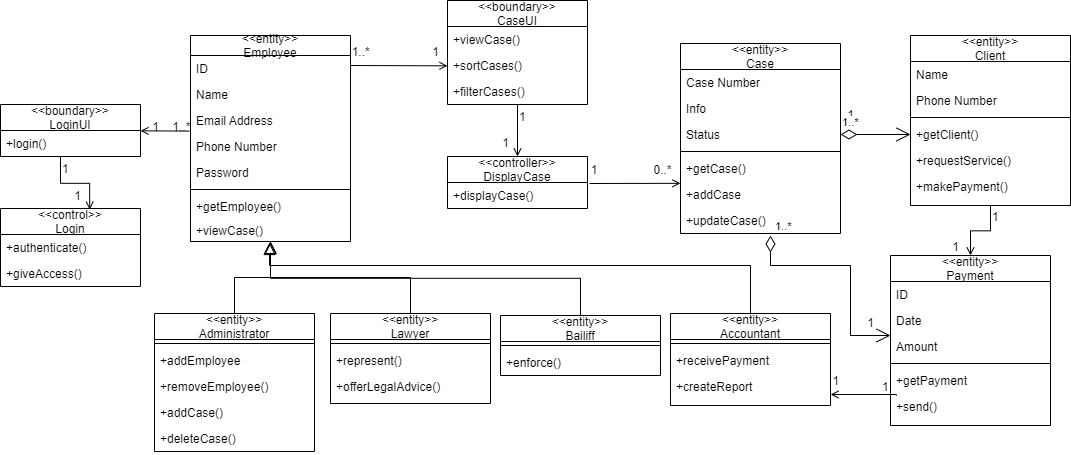
Earlier version of the draw.io export Class Diagram.png (holtik/Bailiff-s-Office-Software-System). Source tidied: cells renumbered, new cells last; positions are measured from the earlier drawing's top-left corner, leaving out a move shared by most shapes.
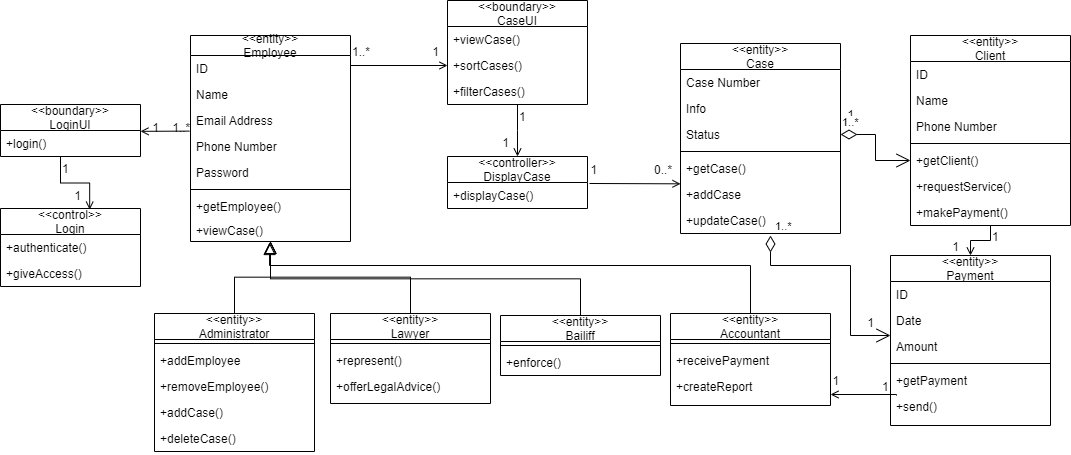
Later version of the same file.

The edit, as a diff of the source:
```diff
@@ -133,25 +133,28 @@
       </mxGeometry>
     </mxCell>
     <mxCell id="42" value="&lt;&lt;entity&gt;&gt;&#10;Client" style="swimlane;fontStyle=0;align=center;verticalAlign=middle;horizontal=1;startSize=26;rounded=0;shadow=0;strokeWidth=1;" parent="1" vertex="1">
-      <mxGeometry x="910" y="35" width="160" height="170" as="geometry" />
+      <mxGeometry x="910" y="35" width="160" height="190" as="geometry" />
     </mxCell>
+    <mxCell id="90" value="ID" style="text;align=left;verticalAlign=top;spacingLeft=4;spacingRight=4;overflow=hidden;" parent="42" vertex="1">
+      <mxGeometry y="26" width="160" height="26" as="geometry" />
+    </mxCell>
     <mxCell id="43" value="Name" style="text;align=left;verticalAlign=top;spacingLeft=4;spacingRight=4;overflow=hidden;" parent="42" vertex="1">
-      <mxGeometry y="26" width="160" height="26" as="geometry" />
+      <mxGeometry y="52" width="160" height="26" as="geometry" />
     </mxCell>
     <mxCell id="44" value="Phone Number" style="text;align=left;verticalAlign=top;spacingLeft=4;spacingRight=4;overflow=hidden;rounded=0;shadow=0;html=0;" parent="42" vertex="1">
-      <mxGeometry y="52" width="160" height="26" as="geometry" />
+      <mxGeometry y="78" width="160" height="26" as="geometry" />
     </mxCell>
     <mxCell id="45" style="line;html=1;strokeWidth=1;align=left;verticalAlign=middle;spacingTop=-1;spacingLeft=3;spacingRight=3;labelPosition=right;" parent="42" vertex="1">
-      <mxGeometry y="78" width="160" height="8" as="geometry" />
+      <mxGeometry y="104" width="160" height="8" as="geometry" />
     </mxCell>
     <mxCell id="46" value="+getClient()" style="text;align=left;verticalAlign=top;spacingLeft=4;spacingRight=4;overflow=hidden;points=[[0,0.5],[1,0.5]];portConstraint=eastwest;" parent="42" vertex="1">
-      <mxGeometry y="86" width="160" height="26" as="geometry" />
+      <mxGeometry y="112" width="160" height="26" as="geometry" />
     </mxCell>
     <mxCell id="47" value="+requestService()" style="text;align=left;verticalAlign=top;spacingLeft=4;spacingRight=4;overflow=hidden;" parent="42" vertex="1">
-      <mxGeometry y="112" width="160" height="26" as="geometry" />
+      <mxGeometry y="138" width="160" height="26" as="geometry" />
     </mxCell>
     <mxCell id="48" value="+makePayment()" style="text;align=left;verticalAlign=top;spacingLeft=4;spacingRight=4;overflow=hidden;" parent="42" vertex="1">
-      <mxGeometry y="138" width="160" height="26" as="geometry" />
+      <mxGeometry y="164" width="160" height="26" as="geometry" />
     </mxCell>
     <mxCell id="49" style="endArrow=block;endSize=10;endFill=0;shadow=0;strokeWidth=1;rounded=0;edgeStyle=elbowEdgeStyle;elbow=vertical;exitX=0.5;exitY=0;exitDx=0;exitDy=0;" parent="1" edge="1" source="11" target="10">
       <mxGeometry relative="1" as="geometry" />
```
